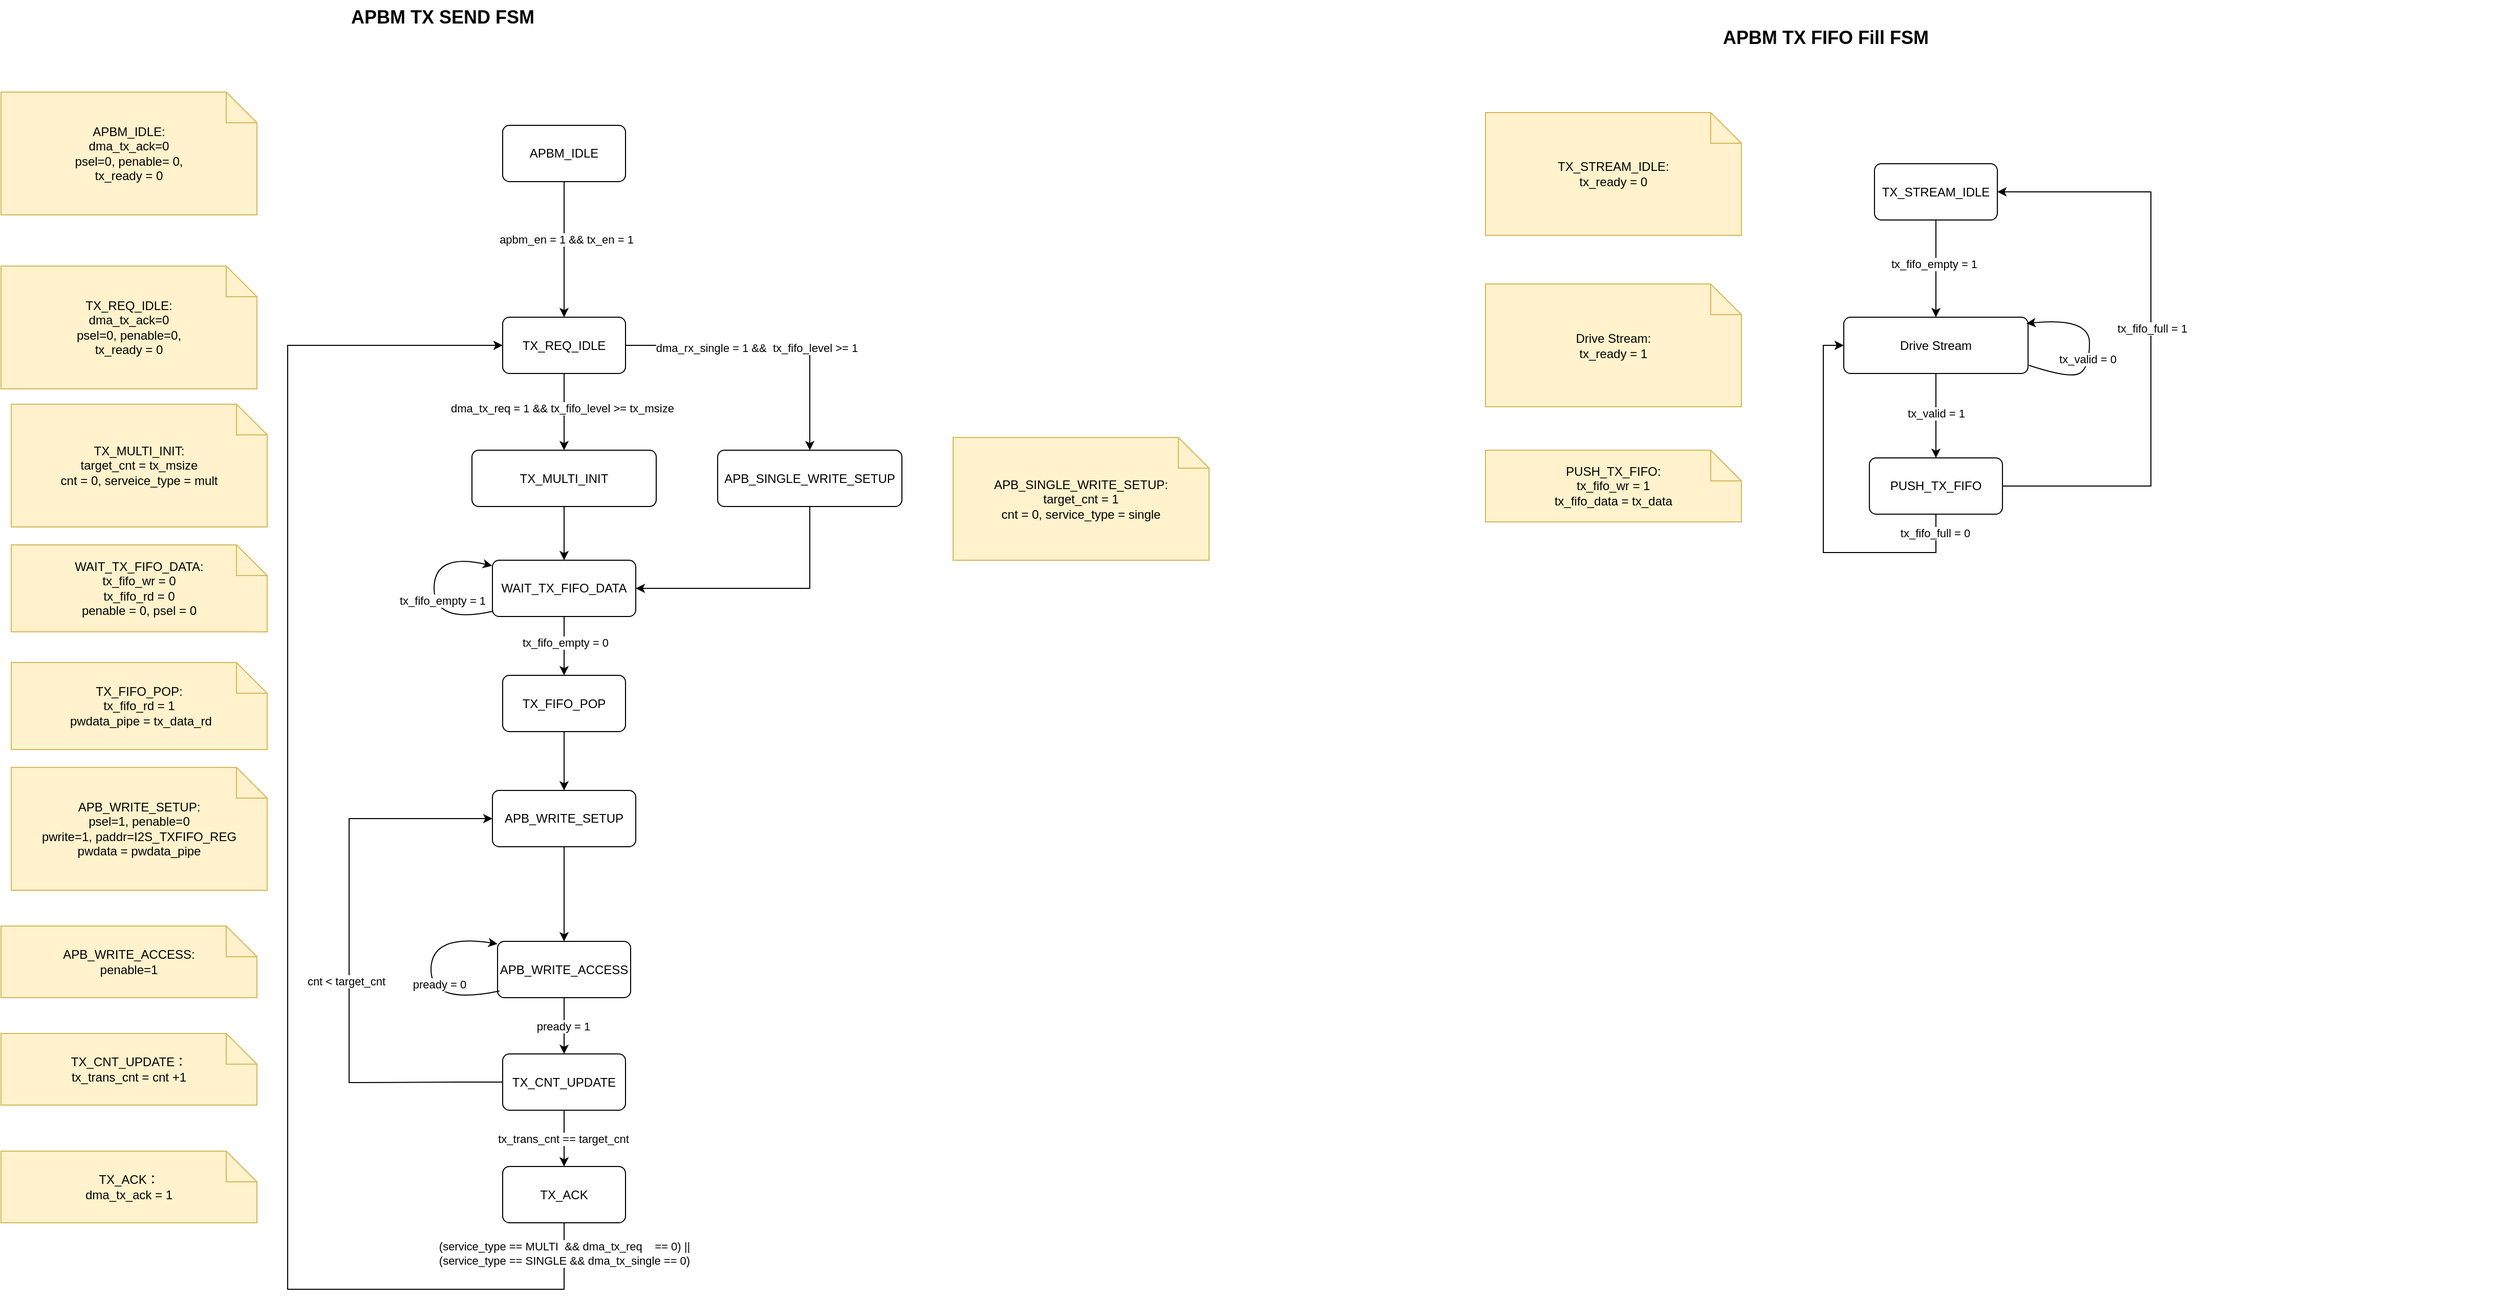
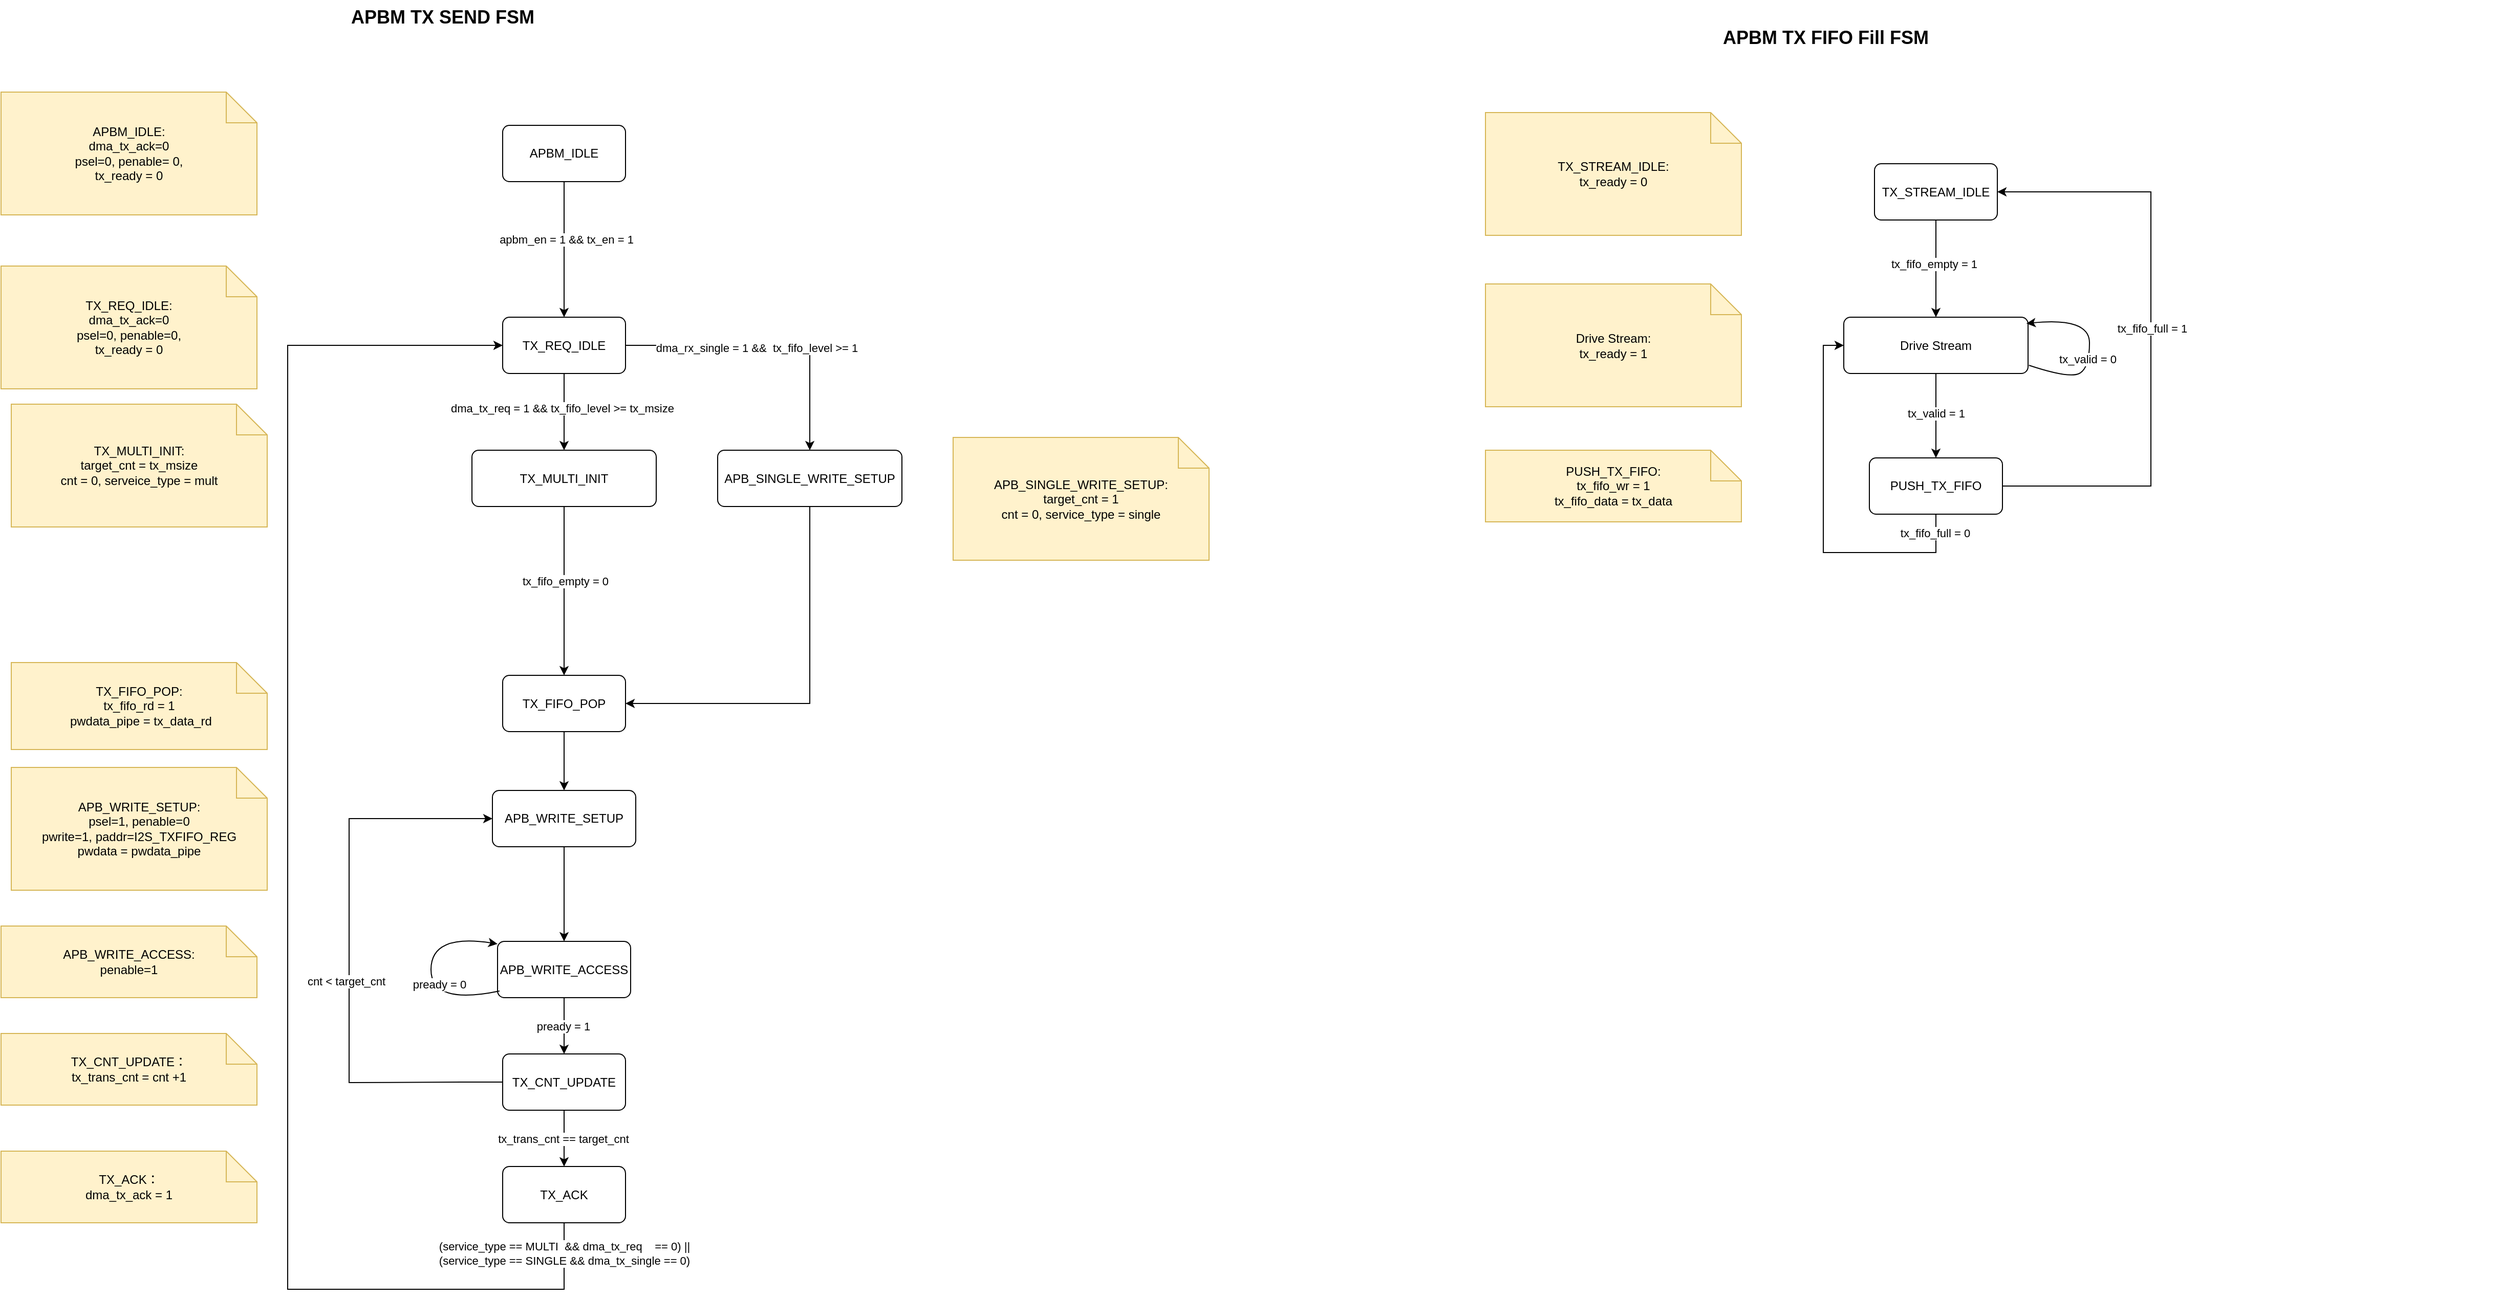
<mxfile host="app.diagrams.net">
  <diagram name="第 1 页" id="fH5n9Me7nUtPE_JYtTzi">
-     <mxGraphModel dx="737" dy="416" grid="1" gridSize="10" guides="1" tooltips="1" connect="1" arrows="1" fold="1" page="1" pageScale="1" pageWidth="827" pageHeight="1169" math="0" shadow="0">
+     <mxGraphModel dx="860" dy="486" grid="1" gridSize="10" guides="1" tooltips="1" connect="1" arrows="1" fold="1" page="1" pageScale="1" pageWidth="827" pageHeight="1169" math="0" shadow="0">
      <root>
        <mxCell id="0" />
        <mxCell id="1" parent="0" />
        <mxCell id="Ly1VW1kiYANL2SHkxWqd-1" parent="1" style="text;html=1;strokeColor=none;fillColor=none;fontSize=18;fontStyle=1;" value="APBM TX SEND FSM&amp;nbsp;&amp;nbsp;" vertex="1">
          <mxGeometry height="40" width="760" x="810" y="130" as="geometry" />
        </mxCell>
        <mxCell id="Ly1VW1kiYANL2SHkxWqd-2" parent="1" style="rounded=1;whiteSpace=wrap;html=1;arcSize=12;fillColor=#ffffff;strokeColor=#000000;" value="TX_REQ_IDLE" vertex="1">
          <mxGeometry height="55" width="120" x="960" y="440" as="geometry" />
        </mxCell>
        <mxCell id="Ly1VW1kiYANL2SHkxWqd-3" parent="1" style="rounded=1;whiteSpace=wrap;html=1;arcSize=12;fillColor=#ffffff;strokeColor=#000000;" value="APB_WRITE_SETUP" vertex="1">
          <mxGeometry height="55" width="140" x="950" y="902.5" as="geometry" />
        </mxCell>
        <mxCell id="Ly1VW1kiYANL2SHkxWqd-4" edge="1" parent="1" source="Ly1VW1kiYANL2SHkxWqd-2" style="endArrow=classic;html=1;rounded=0;exitX=0.5;exitY=1;exitDx=0;exitDy=0;entryX=0.5;entryY=0;entryDx=0;entryDy=0;" target="Ly1VW1kiYANL2SHkxWqd-40" value="">
          <mxGeometry height="50" relative="1" width="50" as="geometry">
            <mxPoint x="1040" y="560" as="sourcePoint" />
            <mxPoint x="1020" y="570" as="targetPoint" />
          </mxGeometry>
        </mxCell>
        <mxCell id="Ly1VW1kiYANL2SHkxWqd-5" connectable="0" parent="Ly1VW1kiYANL2SHkxWqd-4" style="edgeLabel;html=1;align=center;verticalAlign=middle;resizable=0;points=[];" value="dma_tx_req = 1 &amp;amp;&amp;amp; tx_fifo_level &amp;gt;= tx_msize" vertex="1">
          <mxGeometry relative="1" x="-0.0927" y="-2" as="geometry">
            <mxPoint as="offset" />
          </mxGeometry>
        </mxCell>
        <mxCell id="Ly1VW1kiYANL2SHkxWqd-6" parent="1" style="shape=note;whiteSpace=wrap;html=1;fillColor=#fff2cc;strokeColor=#d6b656;" value="APB_WRITE_SETUP:&lt;div&gt;psel=1, penable=0&lt;br&gt;pwrite=1, paddr=I2S_TXFIFO_REG&lt;/div&gt;&lt;div&gt;pwdata = pwdata_pipe&lt;/div&gt;" vertex="1">
          <mxGeometry height="120" width="250" x="480" y="880" as="geometry" />
        </mxCell>
        <mxCell id="Ly1VW1kiYANL2SHkxWqd-7" parent="1" style="rounded=1;whiteSpace=wrap;html=1;arcSize=12;fillColor=#ffffff;strokeColor=#000000;" value="APB_WRITE_ACCESS" vertex="1">
          <mxGeometry height="55" width="130" x="955" y="1050" as="geometry" />
        </mxCell>
        <mxCell id="Ly1VW1kiYANL2SHkxWqd-8" edge="1" parent="1" source="Ly1VW1kiYANL2SHkxWqd-3" style="endArrow=classic;html=1;rounded=0;exitX=0.5;exitY=1;exitDx=0;exitDy=0;entryX=0.5;entryY=0;entryDx=0;entryDy=0;" target="Ly1VW1kiYANL2SHkxWqd-7" value="">
          <mxGeometry height="50" relative="1" width="50" as="geometry">
            <mxPoint x="1030" y="1032.5" as="sourcePoint" />
            <mxPoint x="1080" y="982.5" as="targetPoint" />
          </mxGeometry>
        </mxCell>
        <mxCell id="Ly1VW1kiYANL2SHkxWqd-9" parent="1" style="shape=note;whiteSpace=wrap;html=1;fillColor=#fff2cc;strokeColor=#d6b656;" value="APB_WRITE_ACCESS:&lt;br&gt;penable=1" vertex="1">
          <mxGeometry height="70" width="250" x="470" y="1035" as="geometry" />
        </mxCell>
        <mxCell id="Ly1VW1kiYANL2SHkxWqd-10" edge="1" parent="1" source="Ly1VW1kiYANL2SHkxWqd-7" style="curved=1;endArrow=classic;html=1;rounded=0;exitX=0.015;exitY=0.881;exitDx=0;exitDy=0;entryX=0;entryY=0;entryDx=0;entryDy=0;exitPerimeter=0;" value="">
          <mxGeometry height="50" relative="1" width="50" as="geometry">
            <Array as="points">
              <mxPoint x="890" y="1112.5" />
              <mxPoint x="890" y="1042.5" />
            </Array>
            <mxPoint x="955" y="1107.5" as="sourcePoint" />
            <mxPoint x="955" y="1052.5" as="targetPoint" />
          </mxGeometry>
        </mxCell>
        <mxCell id="Ly1VW1kiYANL2SHkxWqd-11" connectable="0" parent="Ly1VW1kiYANL2SHkxWqd-10" style="edgeLabel;html=1;align=center;verticalAlign=middle;resizable=0;points=[];" value="pready = 0" vertex="1">
          <mxGeometry relative="1" x="-0.1215" y="-8" as="geometry">
            <mxPoint as="offset" />
          </mxGeometry>
        </mxCell>
-         <mxCell id="Ly1VW1kiYANL2SHkxWqd-12" parent="1" style="rounded=1;whiteSpace=wrap;html=1;arcSize=12;fillColor=#ffffff;strokeColor=#000000;" value="WAIT_TX_FIFO_DATA" vertex="1">
-           <mxGeometry height="55" width="140" x="950" y="677.5" as="geometry" />
-         </mxCell>
        <mxCell id="Ly1VW1kiYANL2SHkxWqd-13" edge="1" parent="1" source="Ly1VW1kiYANL2SHkxWqd-7" style="endArrow=classic;html=1;rounded=0;exitX=0.5;exitY=1;exitDx=0;exitDy=0;entryX=0.5;entryY=0;entryDx=0;entryDy=0;" target="Ly1VW1kiYANL2SHkxWqd-47" value="">
          <mxGeometry height="50" relative="1" width="50" as="geometry">
            <mxPoint x="1010" y="1182.5" as="sourcePoint" />
            <mxPoint x="1020" y="1150" as="targetPoint" />
          </mxGeometry>
        </mxCell>
        <mxCell id="Ly1VW1kiYANL2SHkxWqd-14" connectable="0" parent="Ly1VW1kiYANL2SHkxWqd-13" style="edgeLabel;html=1;align=center;verticalAlign=middle;resizable=0;points=[];" value="pready = 1" vertex="1">
          <mxGeometry relative="1" x="0.0089" y="-1" as="geometry">
            <mxPoint as="offset" />
          </mxGeometry>
-         </mxCell>
-         <mxCell id="Ly1VW1kiYANL2SHkxWqd-15" parent="1" style="shape=note;whiteSpace=wrap;html=1;fillColor=#fff2cc;strokeColor=#d6b656;" value="WAIT_TX_FIFO_DATA:&lt;div&gt;tx_fifo_wr = 0&lt;/div&gt;&lt;div&gt;tx_fifo_rd = 0&lt;br&gt;&lt;/div&gt;&lt;div&gt;penable = 0, psel = 0&lt;/div&gt;" vertex="1">
-           <mxGeometry height="85" width="250" x="480" y="662.5" as="geometry" />
        </mxCell>
        <mxCell id="Ly1VW1kiYANL2SHkxWqd-16" parent="1" style="rounded=1;whiteSpace=wrap;html=1;arcSize=12;fillColor=#ffffff;strokeColor=#000000;" value="TX_ACK" vertex="1">
          <mxGeometry height="55" width="120" x="960" y="1270" as="geometry" />
        </mxCell>
        <mxCell id="Ly1VW1kiYANL2SHkxWqd-17" edge="1" parent="1" source="Ly1VW1kiYANL2SHkxWqd-47" style="endArrow=classic;html=1;rounded=0;exitX=0.5;exitY=1;exitDx=0;exitDy=0;entryX=0.5;entryY=0;entryDx=0;entryDy=0;" target="Ly1VW1kiYANL2SHkxWqd-16" value="">
          <mxGeometry height="50" relative="1" width="50" as="geometry">
            <mxPoint x="1150.3600000000001" y="1105" as="sourcePoint" />
            <mxPoint x="1150" y="1140" as="targetPoint" />
          </mxGeometry>
        </mxCell>
        <mxCell id="Ly1VW1kiYANL2SHkxWqd-18" connectable="0" parent="Ly1VW1kiYANL2SHkxWqd-17" style="edgeLabel;html=1;align=center;verticalAlign=middle;resizable=0;points=[];" value="tx_trans_cnt == target_cnt" vertex="1">
          <mxGeometry relative="1" x="0.0089" y="-1" as="geometry">
            <mxPoint as="offset" />
          </mxGeometry>
        </mxCell>
        <mxCell id="Ly1VW1kiYANL2SHkxWqd-19" parent="1" style="shape=note;whiteSpace=wrap;html=1;fillColor=#fff2cc;strokeColor=#d6b656;" value="TX_ACK：&lt;div&gt;dma_tx_ack = 1&lt;/div&gt;" vertex="1">
          <mxGeometry height="70" width="250" x="470" y="1255" as="geometry" />
        </mxCell>
        <mxCell id="Ly1VW1kiYANL2SHkxWqd-20" parent="1" style="shape=note;whiteSpace=wrap;html=1;fillColor=#fff2cc;strokeColor=#d6b656;" value="TX_REQ_IDLE:&lt;div&gt;dma_tx_ack=0&lt;/div&gt;&lt;div&gt;psel=0, penable=0,&lt;br&gt;&lt;/div&gt;&lt;div&gt;tx_ready = 0&lt;br&gt;&lt;/div&gt;" vertex="1">
          <mxGeometry height="120" width="250" x="470" y="390" as="geometry" />
        </mxCell>
        <mxCell id="Ly1VW1kiYANL2SHkxWqd-21" edge="1" parent="1" source="Ly1VW1kiYANL2SHkxWqd-16" style="endArrow=classic;html=1;rounded=0;exitX=0.5;exitY=1;exitDx=0;exitDy=0;edgeStyle=orthogonalEdgeStyle;entryX=0;entryY=0.5;entryDx=0;entryDy=0;" target="Ly1VW1kiYANL2SHkxWqd-2" value="">
          <mxGeometry height="50" relative="1" width="50" as="geometry">
            <Array as="points">
              <mxPoint x="1020" y="1390" />
              <mxPoint x="750" y="1390" />
              <mxPoint x="750" y="467" />
            </Array>
            <mxPoint x="909.95" y="1052.5" as="sourcePoint" />
            <mxPoint x="850" y="465" as="targetPoint" />
          </mxGeometry>
        </mxCell>
        <mxCell id="Ly1VW1kiYANL2SHkxWqd-22" connectable="0" parent="Ly1VW1kiYANL2SHkxWqd-21" style="edgeLabel;html=1;align=center;verticalAlign=middle;resizable=0;points=[];" value="&lt;div&gt;(service_type == MULTI&amp;nbsp; &amp;amp;&amp;amp; dma_tx_req&amp;nbsp; &amp;nbsp; == 0) ||&lt;/div&gt;&lt;div&gt;(service_type == SINGLE &amp;amp;&amp;amp; dma_tx_single == 0)&lt;/div&gt;" vertex="1">
          <mxGeometry relative="1" x="-0.9589" as="geometry">
            <mxPoint as="offset" />
          </mxGeometry>
        </mxCell>
        <mxCell id="Ly1VW1kiYANL2SHkxWqd-23" edge="1" parent="1" source="Ly1VW1kiYANL2SHkxWqd-2" style="endArrow=classic;html=1;rounded=0;exitX=1;exitY=0.5;exitDx=0;exitDy=0;edgeStyle=orthogonalEdgeStyle;entryX=0.5;entryY=0;entryDx=0;entryDy=0;" target="Ly1VW1kiYANL2SHkxWqd-25" value="">
          <mxGeometry height="50" relative="1" width="50" as="geometry">
            <mxPoint x="1250" y="540" as="sourcePoint" />
            <mxPoint x="1260" y="560" as="targetPoint" />
          </mxGeometry>
        </mxCell>
        <mxCell id="Ly1VW1kiYANL2SHkxWqd-24" connectable="0" parent="Ly1VW1kiYANL2SHkxWqd-23" style="edgeLabel;html=1;align=center;verticalAlign=middle;resizable=0;points=[];" value="dma_rx_single = 1 &amp;amp;&amp;amp;&amp;nbsp; tx_fifo_level &amp;gt;= 1" vertex="1">
          <mxGeometry relative="1" x="-0.0927" y="-2" as="geometry">
            <mxPoint as="offset" />
          </mxGeometry>
        </mxCell>
        <mxCell id="Ly1VW1kiYANL2SHkxWqd-25" parent="1" style="rounded=1;whiteSpace=wrap;html=1;arcSize=12;fillColor=#ffffff;strokeColor=#000000;" value="APB_SINGLE_WRITE_SETUP" vertex="1">
          <mxGeometry height="55" width="180" x="1170" y="570" as="geometry" />
        </mxCell>
        <mxCell id="Ly1VW1kiYANL2SHkxWqd-26" parent="1" style="shape=note;whiteSpace=wrap;html=1;fillColor=#fff2cc;strokeColor=#d6b656;" value="APB_SINGLE_WRITE_SETUP:&lt;div&gt;target_cnt = 1&lt;br&gt;cnt = 0, service_type = single&lt;/div&gt;" vertex="1">
          <mxGeometry height="120" width="250" x="1400" y="557.5" as="geometry" />
        </mxCell>
-         <mxCell id="Ly1VW1kiYANL2SHkxWqd-27" edge="1" parent="1" source="Ly1VW1kiYANL2SHkxWqd-25" style="endArrow=classic;html=1;rounded=0;exitX=0.5;exitY=1;exitDx=0;exitDy=0;edgeStyle=orthogonalEdgeStyle;entryX=1;entryY=0.5;entryDx=0;entryDy=0;" target="Ly1VW1kiYANL2SHkxWqd-12" value="">
+         <mxCell id="Ly1VW1kiYANL2SHkxWqd-27" edge="1" parent="1" source="Ly1VW1kiYANL2SHkxWqd-25" style="endArrow=classic;html=1;rounded=0;exitX=0.5;exitY=1;exitDx=0;exitDy=0;edgeStyle=orthogonalEdgeStyle;entryX=1;entryY=0.5;entryDx=0;entryDy=0;" target="Ly1VW1kiYANL2SHkxWqd-28" value="">
          <mxGeometry height="50" relative="1" width="50" as="geometry">
            <mxPoint x="1230" y="950" as="sourcePoint" />
-             <mxPoint x="1210" y="680" as="targetPoint" />
+             <mxPoint x="1090" y="705" as="targetPoint" />
          </mxGeometry>
        </mxCell>
        <mxCell id="Ly1VW1kiYANL2SHkxWqd-28" parent="1" style="rounded=1;whiteSpace=wrap;html=1;arcSize=12;fillColor=#ffffff;strokeColor=#000000;" value="TX_FIFO_POP" vertex="1">
          <mxGeometry height="55" width="120" x="960" y="790" as="geometry" />
        </mxCell>
-         <mxCell id="Ly1VW1kiYANL2SHkxWqd-29" edge="1" parent="1" source="Ly1VW1kiYANL2SHkxWqd-12" style="endArrow=classic;html=1;rounded=0;exitX=0.5;exitY=1;exitDx=0;exitDy=0;entryX=0.5;entryY=0;entryDx=0;entryDy=0;" target="Ly1VW1kiYANL2SHkxWqd-28" value="">
-           <mxGeometry height="50" relative="1" width="50" as="geometry">
-             <mxPoint x="1090" y="797.5" as="sourcePoint" />
+         <mxCell id="Ly1VW1kiYANL2SHkxWqd-29" edge="1" parent="1" source="Ly1VW1kiYANL2SHkxWqd-40" style="endArrow=classic;html=1;rounded=0;entryX=0.5;entryY=0;entryDx=0;entryDy=0;exitX=0.5;exitY=1;exitDx=0;exitDy=0;" target="Ly1VW1kiYANL2SHkxWqd-28" value="">
+           <mxGeometry height="50" relative="1" width="50" as="geometry">
+             <mxPoint x="1010" y="630" as="sourcePoint" />
            <mxPoint x="1040" y="787.5" as="targetPoint" />
          </mxGeometry>
        </mxCell>
        <mxCell id="Ly1VW1kiYANL2SHkxWqd-30" connectable="0" parent="Ly1VW1kiYANL2SHkxWqd-29" style="edgeLabel;html=1;align=center;verticalAlign=middle;resizable=0;points=[];" value="tx_fifo_empty = 0" vertex="1">
          <mxGeometry relative="1" x="-0.1138" y="1" as="geometry">
-             <mxPoint as="offset" />
-           </mxGeometry>
-         </mxCell>
-         <mxCell id="Ly1VW1kiYANL2SHkxWqd-31" edge="1" parent="1" style="curved=1;endArrow=classic;html=1;rounded=0;entryX=-0.002;entryY=0.099;entryDx=0;entryDy=0;entryPerimeter=0;" target="Ly1VW1kiYANL2SHkxWqd-12" value="">
-           <mxGeometry height="50" relative="1" width="50" as="geometry">
-             <Array as="points">
-               <mxPoint x="893" y="740" />
-               <mxPoint x="893" y="670" />
-             </Array>
-             <mxPoint x="950" y="727.5" as="sourcePoint" />
-             <mxPoint x="958" y="680" as="targetPoint" />
-           </mxGeometry>
-         </mxCell>
-         <mxCell id="Ly1VW1kiYANL2SHkxWqd-32" connectable="0" parent="Ly1VW1kiYANL2SHkxWqd-31" style="edgeLabel;html=1;align=center;verticalAlign=middle;resizable=0;points=[];" value="tx_fifo_empty = 1" vertex="1">
-           <mxGeometry relative="1" x="-0.1215" y="-8" as="geometry">
            <mxPoint as="offset" />
          </mxGeometry>
        </mxCell>
        <mxCell id="Ly1VW1kiYANL2SHkxWqd-33" parent="1" style="shape=note;whiteSpace=wrap;html=1;fillColor=#fff2cc;strokeColor=#d6b656;" value="TX_FIFO_POP:&lt;div&gt;tx_fifo_rd = 1&lt;br&gt;&lt;div&gt;&amp;nbsp;pwdata_pipe = tx_data_rd&lt;/div&gt;&lt;/div&gt;" vertex="1">
          <mxGeometry height="85" width="250" x="480" y="777.5" as="geometry" />
        </mxCell>
        <mxCell id="Ly1VW1kiYANL2SHkxWqd-34" parent="1" style="rounded=1;whiteSpace=wrap;html=1;arcSize=12;fillColor=#ffffff;strokeColor=#000000;" value="APBM_IDLE" vertex="1">
          <mxGeometry height="55" width="120" x="960" y="252.5" as="geometry" />
        </mxCell>
        <mxCell id="Ly1VW1kiYANL2SHkxWqd-35" edge="1" parent="1" source="Ly1VW1kiYANL2SHkxWqd-34" style="endArrow=classic;html=1;rounded=0;exitX=0.5;exitY=1;exitDx=0;exitDy=0;" target="Ly1VW1kiYANL2SHkxWqd-2" value="">
          <mxGeometry height="50" relative="1" width="50" as="geometry">
            <mxPoint x="1060" y="360" as="sourcePoint" />
            <mxPoint x="1110" y="310" as="targetPoint" />
          </mxGeometry>
        </mxCell>
        <mxCell id="Ly1VW1kiYANL2SHkxWqd-36" connectable="0" parent="Ly1VW1kiYANL2SHkxWqd-35" style="edgeLabel;html=1;align=center;verticalAlign=middle;resizable=0;points=[];" value="apbm_en = 1 &amp;amp;&amp;amp; tx_en = 1" vertex="1">
          <mxGeometry relative="1" x="-0.1446" y="2" as="geometry">
            <mxPoint as="offset" />
          </mxGeometry>
        </mxCell>
        <mxCell id="Ly1VW1kiYANL2SHkxWqd-37" parent="1" style="shape=note;whiteSpace=wrap;html=1;fillColor=#fff2cc;strokeColor=#d6b656;" value="APBM_IDLE:&lt;div&gt;dma_tx_ack=0&lt;/div&gt;&lt;div&gt;psel=0, penable= 0,&lt;br&gt;&lt;/div&gt;&lt;div&gt;tx_ready = 0&lt;/div&gt;" vertex="1">
          <mxGeometry height="120" width="250" x="470" y="220" as="geometry" />
        </mxCell>
        <mxCell id="Ly1VW1kiYANL2SHkxWqd-38" edge="1" parent="1" source="Ly1VW1kiYANL2SHkxWqd-47" style="endArrow=classic;html=1;rounded=0;edgeStyle=orthogonalEdgeStyle;entryX=0;entryY=0.5;entryDx=0;entryDy=0;exitX=0;exitY=0.5;exitDx=0;exitDy=0;" target="Ly1VW1kiYANL2SHkxWqd-3" value="">
          <mxGeometry height="50" relative="1" width="50" as="geometry">
            <Array as="points">
              <mxPoint x="920" y="1187" />
              <mxPoint x="810" y="1188" />
              <mxPoint x="810" y="930" />
            </Array>
            <mxPoint x="920" y="1150" as="sourcePoint" />
            <mxPoint x="800" y="810" as="targetPoint" />
          </mxGeometry>
        </mxCell>
        <mxCell id="Ly1VW1kiYANL2SHkxWqd-39" connectable="0" parent="Ly1VW1kiYANL2SHkxWqd-38" style="edgeLabel;html=1;align=center;verticalAlign=middle;resizable=0;points=[];" value="cnt &amp;lt; target_cnt" vertex="1">
          <mxGeometry relative="1" x="-0.0902" y="3" as="geometry">
            <mxPoint as="offset" />
          </mxGeometry>
        </mxCell>
        <mxCell id="Ly1VW1kiYANL2SHkxWqd-40" parent="1" style="rounded=1;whiteSpace=wrap;html=1;arcSize=12;fillColor=#ffffff;strokeColor=#000000;" value="TX_MULTI_INIT" vertex="1">
          <mxGeometry height="55" width="180" x="930" y="570" as="geometry" />
-         </mxCell>
-         <mxCell id="Ly1VW1kiYANL2SHkxWqd-41" edge="1" parent="1" source="Ly1VW1kiYANL2SHkxWqd-40" style="endArrow=classic;html=1;rounded=0;exitX=0.5;exitY=1;exitDx=0;exitDy=0;entryX=0.5;entryY=0;entryDx=0;entryDy=0;" target="Ly1VW1kiYANL2SHkxWqd-12" value="">
-           <mxGeometry height="50" relative="1" width="50" as="geometry">
-             <mxPoint x="1010" y="640" as="sourcePoint" />
-             <mxPoint x="1020" y="670" as="targetPoint" />
-           </mxGeometry>
        </mxCell>
        <mxCell id="Ly1VW1kiYANL2SHkxWqd-42" parent="1" style="shape=note;whiteSpace=wrap;html=1;fillColor=#fff2cc;strokeColor=#d6b656;" value="TX_MULTI_INIT:&lt;div&gt;target_cnt = tx_msize&lt;br&gt;cnt = 0, serveice_type = mult&lt;/div&gt;" vertex="1">
          <mxGeometry height="120" width="250" x="480" y="525" as="geometry" />
        </mxCell>
        <mxCell id="Ly1VW1kiYANL2SHkxWqd-45" edge="1" parent="1" source="Ly1VW1kiYANL2SHkxWqd-28" style="endArrow=classic;html=1;rounded=0;exitX=0.5;exitY=1;exitDx=0;exitDy=0;" target="Ly1VW1kiYANL2SHkxWqd-3" value="">
          <mxGeometry height="50" relative="1" width="50" as="geometry">
            <mxPoint x="1019.5699999999999" y="845" as="sourcePoint" />
            <mxPoint x="1019.5699999999999" y="902" as="targetPoint" />
          </mxGeometry>
        </mxCell>
        <mxCell id="Ly1VW1kiYANL2SHkxWqd-47" parent="1" style="rounded=1;whiteSpace=wrap;html=1;arcSize=12;fillColor=#ffffff;strokeColor=#000000;" value="TX_CNT_UPDATE" vertex="1">
          <mxGeometry height="55" width="120" x="960" y="1160" as="geometry" />
        </mxCell>
        <mxCell id="Ly1VW1kiYANL2SHkxWqd-48" parent="1" style="shape=note;whiteSpace=wrap;html=1;fillColor=#fff2cc;strokeColor=#d6b656;" value="TX_CNT_UPDATE：&lt;div&gt;tx_trans_cnt = cnt +1&lt;/div&gt;" vertex="1">
          <mxGeometry height="70" width="250" x="470" y="1140" as="geometry" />
        </mxCell>
        <mxCell id="Ly1VW1kiYANL2SHkxWqd-49" parent="1" style="text;html=1;strokeColor=none;fillColor=none;fontSize=18;fontStyle=1;" value="APBM TX FIFO Fill FSM&amp;nbsp;&amp;nbsp;" vertex="1">
          <mxGeometry height="40" width="760" x="2150" y="150" as="geometry" />
        </mxCell>
        <mxCell id="Ly1VW1kiYANL2SHkxWqd-50" parent="1" style="rounded=1;whiteSpace=wrap;html=1;arcSize=12;fillColor=#ffffff;strokeColor=#000000;" value="TX_STREAM_IDLE" vertex="1">
          <mxGeometry height="55" width="120" x="2300" y="290" as="geometry" />
        </mxCell>
        <mxCell id="Ly1VW1kiYANL2SHkxWqd-51" parent="1" style="rounded=1;whiteSpace=wrap;html=1;arcSize=12;fillColor=#ffffff;strokeColor=#000000;" value="Drive Stream" vertex="1">
          <mxGeometry height="55" width="180" x="2270" y="440" as="geometry" />
        </mxCell>
        <mxCell id="Ly1VW1kiYANL2SHkxWqd-52" edge="1" parent="1" source="Ly1VW1kiYANL2SHkxWqd-50" style="endArrow=classic;html=1;rounded=0;exitX=0.5;exitY=1;exitDx=0;exitDy=0;entryX=0.5;entryY=0;entryDx=0;entryDy=0;" target="Ly1VW1kiYANL2SHkxWqd-51" value="">
          <mxGeometry height="50" relative="1" width="50" as="geometry">
            <mxPoint x="2380" y="410" as="sourcePoint" />
            <mxPoint x="2430" y="360" as="targetPoint" />
          </mxGeometry>
        </mxCell>
        <mxCell id="Ly1VW1kiYANL2SHkxWqd-53" connectable="0" parent="Ly1VW1kiYANL2SHkxWqd-52" style="edgeLabel;html=1;align=center;verticalAlign=middle;resizable=0;points=[];" value="tx_fifo_empty = 1" vertex="1">
          <mxGeometry relative="1" x="-0.0927" y="-2" as="geometry">
            <mxPoint as="offset" />
          </mxGeometry>
        </mxCell>
        <mxCell id="Ly1VW1kiYANL2SHkxWqd-54" parent="1" style="shape=note;whiteSpace=wrap;html=1;fillColor=#fff2cc;strokeColor=#d6b656;" value="Drive Stream:&lt;div&gt;tx_ready = 1&lt;/div&gt;" vertex="1">
          <mxGeometry height="120" width="250" x="1920" y="407.5" as="geometry" />
        </mxCell>
        <mxCell id="Ly1VW1kiYANL2SHkxWqd-55" parent="1" style="rounded=1;whiteSpace=wrap;html=1;arcSize=12;fillColor=#ffffff;strokeColor=#000000;" value="PUSH_TX_FIFO" vertex="1">
          <mxGeometry height="55" width="130" x="2295" y="577.5" as="geometry" />
        </mxCell>
        <mxCell id="Ly1VW1kiYANL2SHkxWqd-56" edge="1" parent="1" source="Ly1VW1kiYANL2SHkxWqd-51" style="endArrow=classic;html=1;rounded=0;exitX=0.5;exitY=1;exitDx=0;exitDy=0;entryX=0.5;entryY=0;entryDx=0;entryDy=0;" target="Ly1VW1kiYANL2SHkxWqd-55" value="">
          <mxGeometry height="50" relative="1" width="50" as="geometry">
            <mxPoint x="2370" y="560" as="sourcePoint" />
            <mxPoint x="2420" y="510" as="targetPoint" />
          </mxGeometry>
        </mxCell>
        <mxCell id="Ly1VW1kiYANL2SHkxWqd-57" connectable="0" parent="Ly1VW1kiYANL2SHkxWqd-56" style="edgeLabel;html=1;align=center;verticalAlign=middle;resizable=0;points=[];" value="tx_valid = 1" vertex="1">
          <mxGeometry relative="1" x="-0.0537" as="geometry">
            <mxPoint as="offset" />
          </mxGeometry>
        </mxCell>
        <mxCell id="Ly1VW1kiYANL2SHkxWqd-58" parent="1" style="shape=note;whiteSpace=wrap;html=1;fillColor=#fff2cc;strokeColor=#d6b656;" value="PUSH_TX_FIFO:&lt;div&gt;tx_fifo_wr = 1&lt;/div&gt;&lt;div&gt;tx_fifo_data = tx_data&lt;/div&gt;" vertex="1">
          <mxGeometry height="70" width="250" x="1920" y="570" as="geometry" />
        </mxCell>
        <mxCell id="Ly1VW1kiYANL2SHkxWqd-59" parent="1" style="shape=note;whiteSpace=wrap;html=1;fillColor=#fff2cc;strokeColor=#d6b656;" value="TX_STREAM_IDLE:&lt;div&gt;tx_ready = 0&lt;/div&gt;" vertex="1">
          <mxGeometry height="120" width="250" x="1920" y="240" as="geometry" />
        </mxCell>
        <mxCell id="Ly1VW1kiYANL2SHkxWqd-60" edge="1" parent="1" source="Ly1VW1kiYANL2SHkxWqd-55" style="endArrow=classic;html=1;rounded=0;exitX=0.5;exitY=1;exitDx=0;exitDy=0;entryX=0;entryY=0.5;entryDx=0;entryDy=0;edgeStyle=orthogonalEdgeStyle;" target="Ly1VW1kiYANL2SHkxWqd-51" value="">
          <mxGeometry height="50" relative="1" width="50" as="geometry">
            <Array as="points">
              <mxPoint x="2360" y="670" />
              <mxPoint x="2250" y="670" />
              <mxPoint x="2250" y="468" />
            </Array>
            <mxPoint x="2550" y="570" as="sourcePoint" />
            <mxPoint x="2600" y="520" as="targetPoint" />
          </mxGeometry>
        </mxCell>
        <mxCell id="Ly1VW1kiYANL2SHkxWqd-61" connectable="0" parent="Ly1VW1kiYANL2SHkxWqd-60" style="edgeLabel;html=1;align=center;verticalAlign=middle;resizable=0;points=[];" value="tx_fifo_full = 0" vertex="1">
          <mxGeometry relative="1" x="-0.9016" y="-1" as="geometry">
            <mxPoint as="offset" />
          </mxGeometry>
        </mxCell>
        <mxCell id="Ly1VW1kiYANL2SHkxWqd-62" edge="1" parent="1" source="Ly1VW1kiYANL2SHkxWqd-55" style="endArrow=classic;html=1;rounded=0;exitX=1;exitY=0.5;exitDx=0;exitDy=0;entryX=1;entryY=0.5;entryDx=0;entryDy=0;edgeStyle=orthogonalEdgeStyle;" target="Ly1VW1kiYANL2SHkxWqd-50" value="">
          <mxGeometry height="50" relative="1" width="50" as="geometry">
            <Array as="points">
              <mxPoint x="2570" y="605" />
              <mxPoint x="2570" y="318" />
            </Array>
            <mxPoint x="2510" y="600" as="sourcePoint" />
            <mxPoint x="2560" y="550" as="targetPoint" />
          </mxGeometry>
        </mxCell>
        <mxCell id="Ly1VW1kiYANL2SHkxWqd-63" connectable="0" parent="Ly1VW1kiYANL2SHkxWqd-62" style="edgeLabel;html=1;align=center;verticalAlign=middle;resizable=0;points=[];" value="tx_fifo_full = 1" vertex="1">
          <mxGeometry relative="1" x="0.0267" y="-1" as="geometry">
            <mxPoint as="offset" />
          </mxGeometry>
        </mxCell>
        <mxCell id="Ly1VW1kiYANL2SHkxWqd-64" edge="1" parent="1" source="Ly1VW1kiYANL2SHkxWqd-51" style="curved=1;endArrow=classic;html=1;rounded=0;entryX=0.991;entryY=0.112;entryDx=0;entryDy=0;exitX=1.005;exitY=0.854;exitDx=0;exitDy=0;exitPerimeter=0;entryPerimeter=0;" target="Ly1VW1kiYANL2SHkxWqd-51" value="">
          <mxGeometry height="50" relative="1" width="50" as="geometry">
            <Array as="points">
              <mxPoint x="2490" y="500" />
              <mxPoint x="2510" y="490" />
              <mxPoint x="2510" y="440" />
            </Array>
            <mxPoint x="2460" y="560" as="sourcePoint" />
            <mxPoint x="2510" y="510" as="targetPoint" />
          </mxGeometry>
        </mxCell>
        <mxCell id="Ly1VW1kiYANL2SHkxWqd-65" connectable="0" parent="Ly1VW1kiYANL2SHkxWqd-64" style="edgeLabel;html=1;align=center;verticalAlign=middle;resizable=0;points=[];" value="tx_valid = 0" vertex="1">
          <mxGeometry relative="1" x="-0.1698" y="2" as="geometry">
            <mxPoint as="offset" />
          </mxGeometry>
        </mxCell>
      </root>
    </mxGraphModel>
  </diagram>
</mxfile>
